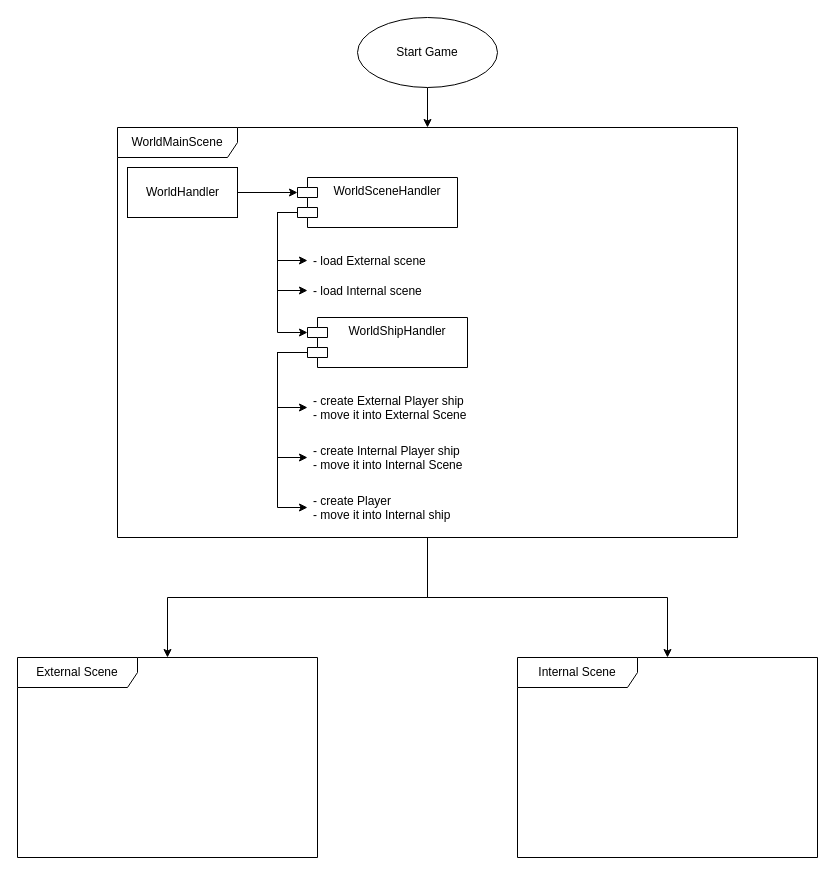
wHDorld/game_26_06_2022 keeps this draw.io diagram as Diags/MainDiag.drawio. Above is the earlier version. Source tidied: cells renumbered, new cells numbered last; positions are measured from the earlier drawing's top-left corner, leaving out a move shared by most shapes. Both pictures are drawn from the tidied source at 100%, with x=0, y=0 at pixel (17, 17).
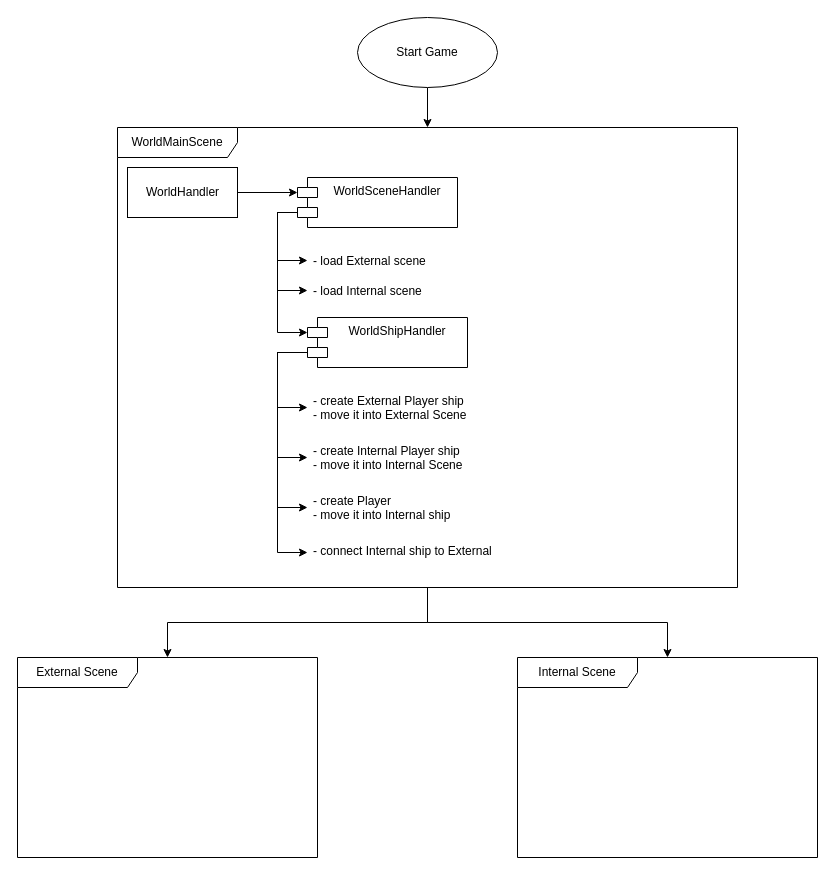
After the change.

Unchanged cells that the change refers to:
```xml
<mxCell id="14" value="WorldShipHandler" style="shape=module;align=left;spacingLeft=20;align=center;verticalAlign=top;" parent="1" vertex="1">
  <mxGeometry x="290" y="300" width="160" height="50" as="geometry" />
</mxCell>
```

Change to the diagram source:
```diff
@@
     <mxCell id="4" value="WorldMainScene" style="shape=umlFrame;whiteSpace=wrap;html=1;width=120;height=30;" parent="1" vertex="1">
-      <mxGeometry x="100" y="110" width="620" height="410" as="geometry" />
+      <mxGeometry x="100" y="110" width="620" height="460" as="geometry" />
     </mxCell>
@@
+    <mxCell id="24" style="edgeStyle=orthogonalEdgeStyle;rounded=0;jettySize=auto;html=1;exitX=0;exitY=0;exitDx=0;exitDy=35;exitPerimeter=0;entryX=0;entryY=0.5;entryDx=0;entryDy=0;" parent="1" edge="1" source="14" target="25">
+      <mxGeometry relative="1" as="geometry">
+        <Array as="points">
+          <mxPoint x="260" y="335" />
+          <mxPoint x="260" y="535" />
+        </Array>
+      </mxGeometry>
+    </mxCell>
@@
+    <mxCell id="25" value="- connect Internal ship to External" style="text;strokeColor=none;fillColor=none;align=left;verticalAlign=top;spacingLeft=4;spacingRight=4;overflow=hidden;points=[[0,0.5],[1,0.5]];portConstraint=eastwest;" parent="1" vertex="1">
+      <mxGeometry x="290" y="520" width="190" height="30" as="geometry" />
+    </mxCell>
```
